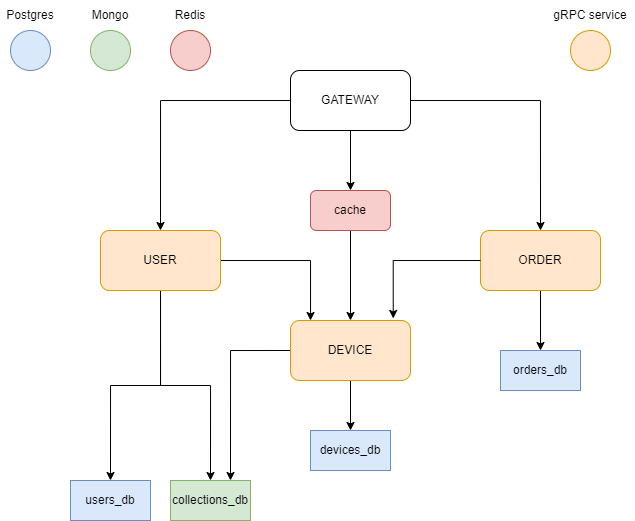
alserov/device-shop keeps this draw.io diagram as docs/schema.png. Above is the earlier version. Source tidied: cells renumbered, new cells last; positions are measured from the earlier drawing's top-left corner, leaving out a move shared by most shapes.
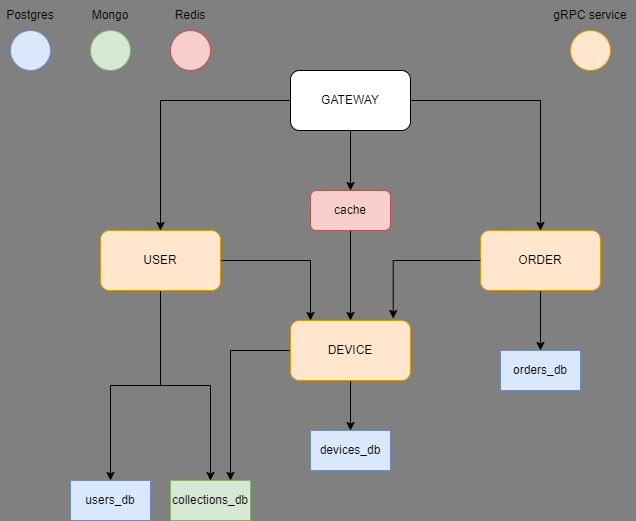
After the commit.

Commit message:
developing order service

Diff of the diagram source:
```diff
@@ -1,4 +1,4 @@
-<mxGraphModel>
+<mxGraphModel background="#808080">
   <root>
     <mxCell id="0" />
     <mxCell id="1" parent="0" />
@@ -8,66 +8,66 @@
     <mxCell id="3" style="edgeStyle=orthogonalEdgeStyle;rounded=0;jettySize=auto;html=1;entryX=0.5;entryY=0;entryDx=0;entryDy=0;" parent="1" edge="1" source="5" target="14">
       <mxGeometry relative="1" as="geometry" />
     </mxCell>
-    <mxCell id="4" style="edgeStyle=orthogonalEdgeStyle;rounded=0;jettySize=auto;html=1;" parent="1" edge="1" source="21" target="12">
+    <mxCell id="4" style="edgeStyle=orthogonalEdgeStyle;rounded=0;jettySize=auto;html=1;fontColor=#000000;" parent="1" edge="1" source="21" target="12">
       <mxGeometry relative="1" as="geometry" />
     </mxCell>
     <mxCell id="5" value="GATEWAY" style="rounded=1;whiteSpace=wrap;html=1;" parent="1" vertex="1">
       <mxGeometry x="290" y="70" width="120" height="60" as="geometry" />
     </mxCell>
-    <mxCell id="6" style="edgeStyle=orthogonalEdgeStyle;rounded=0;jettySize=auto;html=1;exitX=0.5;exitY=1;exitDx=0;exitDy=0;entryX=0.5;entryY=0;entryDx=0;entryDy=0;" parent="1" edge="1" source="9" target="15">
+    <mxCell id="6" style="edgeStyle=orthogonalEdgeStyle;rounded=0;jettySize=auto;html=1;exitX=0.5;exitY=1;exitDx=0;exitDy=0;entryX=0.5;entryY=0;entryDx=0;entryDy=0;fontColor=#000000;" parent="1" edge="1" source="9" target="15">
       <mxGeometry relative="1" as="geometry" />
     </mxCell>
-    <mxCell id="7" style="edgeStyle=orthogonalEdgeStyle;rounded=0;jettySize=auto;html=1;entryX=0.5;entryY=0;entryDx=0;entryDy=0;" parent="1" edge="1" source="9" target="16">
+    <mxCell id="7" style="edgeStyle=orthogonalEdgeStyle;rounded=0;jettySize=auto;html=1;entryX=0.5;entryY=0;entryDx=0;entryDy=0;fontColor=#000000;" parent="1" edge="1" source="9" target="16">
       <mxGeometry relative="1" as="geometry" />
     </mxCell>
-    <mxCell id="8" style="edgeStyle=orthogonalEdgeStyle;rounded=0;jettySize=auto;html=1;" parent="1" edge="1" source="9" target="12">
+    <mxCell id="8" style="edgeStyle=orthogonalEdgeStyle;rounded=0;jettySize=auto;html=1;fontColor=#000000;" parent="1" edge="1" source="9" target="12">
       <mxGeometry relative="1" as="geometry">
         <Array as="points">
           <mxPoint x="310" y="260" />
         </Array>
       </mxGeometry>
     </mxCell>
-    <mxCell id="9" value="USER" style="rounded=1;whiteSpace=wrap;html=1;fillColor=#ffe6cc;strokeColor=#d79b00;" parent="1" vertex="1">
+    <mxCell id="9" value="USER" style="rounded=1;whiteSpace=wrap;html=1;fillColor=#ffe6cc;strokeColor=#d79b00;fontColor=#000000;" parent="1" vertex="1">
       <mxGeometry x="100" y="230" width="120" height="60" as="geometry" />
     </mxCell>
-    <mxCell id="10" style="edgeStyle=orthogonalEdgeStyle;rounded=0;jettySize=auto;html=1;exitX=0;exitY=0.5;exitDx=0;exitDy=0;entryX=0.75;entryY=0;entryDx=0;entryDy=0;" parent="1" edge="1" source="12" target="16">
+    <mxCell id="10" style="edgeStyle=orthogonalEdgeStyle;rounded=0;jettySize=auto;html=1;exitX=0;exitY=0.5;exitDx=0;exitDy=0;entryX=0.75;entryY=0;entryDx=0;entryDy=0;fontColor=#000000;" parent="1" edge="1" source="12" target="16">
       <mxGeometry relative="1" as="geometry">
         <Array as="points">
           <mxPoint x="230" y="350" />
         </Array>
       </mxGeometry>
     </mxCell>
-    <mxCell id="11" style="edgeStyle=orthogonalEdgeStyle;rounded=0;jettySize=auto;html=1;exitX=0.5;exitY=1;exitDx=0;exitDy=0;" parent="1" edge="1" source="12" target="19">
+    <mxCell id="11" style="edgeStyle=orthogonalEdgeStyle;rounded=0;jettySize=auto;html=1;exitX=0.5;exitY=1;exitDx=0;exitDy=0;fontColor=#000000;" parent="1" edge="1" source="12" target="19">
       <mxGeometry relative="1" as="geometry" />
     </mxCell>
-    <mxCell id="12" value="DEVICE" style="rounded=1;whiteSpace=wrap;html=1;fillColor=#ffe6cc;strokeColor=#d79b00;" parent="1" vertex="1">
+    <mxCell id="12" value="DEVICE" style="rounded=1;whiteSpace=wrap;html=1;fillColor=#ffe6cc;strokeColor=#d79b00;fontColor=#000000;" parent="1" vertex="1">
       <mxGeometry x="290" y="320" width="120" height="60" as="geometry" />
     </mxCell>
-    <mxCell id="13" style="edgeStyle=orthogonalEdgeStyle;rounded=0;jettySize=auto;html=1;exitX=0.5;exitY=1;exitDx=0;exitDy=0;" parent="1" edge="1" source="14" target="18">
+    <mxCell id="13" style="edgeStyle=orthogonalEdgeStyle;rounded=0;jettySize=auto;html=1;exitX=0.5;exitY=1;exitDx=0;exitDy=0;fontColor=#000000;" parent="1" edge="1" source="14" target="18">
       <mxGeometry relative="1" as="geometry" />
     </mxCell>
-    <mxCell id="14" value="ORDER" style="rounded=1;whiteSpace=wrap;html=1;fillColor=#ffe6cc;strokeColor=#d79b00;" parent="1" vertex="1">
+    <mxCell id="14" value="ORDER" style="rounded=1;whiteSpace=wrap;html=1;fillColor=#ffe6cc;strokeColor=#d79b00;fontColor=#000000;" parent="1" vertex="1">
       <mxGeometry x="480" y="230" width="120" height="60" as="geometry" />
     </mxCell>
-    <mxCell id="15" value="users_db" style="rounded=0;whiteSpace=wrap;html=1;fillColor=#dae8fc;strokeColor=#6c8ebf;" parent="1" vertex="1">
+    <mxCell id="15" value="users_db" style="rounded=0;whiteSpace=wrap;html=1;fillColor=#dae8fc;strokeColor=#6c8ebf;fontColor=#000000;" parent="1" vertex="1">
       <mxGeometry x="70" y="480" width="80" height="40" as="geometry" />
     </mxCell>
-    <mxCell id="16" value="collections_db" style="rounded=0;whiteSpace=wrap;html=1;fillColor=#d5e8d4;strokeColor=#82b366;" parent="1" vertex="1">
+    <mxCell id="16" value="collections_db" style="rounded=0;whiteSpace=wrap;html=1;fillColor=#d5e8d4;strokeColor=#82b366;fontColor=#000000;" parent="1" vertex="1">
       <mxGeometry x="170" y="480" width="80" height="40" as="geometry" />
     </mxCell>
-    <mxCell id="17" style="edgeStyle=orthogonalEdgeStyle;rounded=0;jettySize=auto;html=1;entryX=0.856;entryY=-0.034;entryDx=0;entryDy=0;entryPerimeter=0;" parent="1" edge="1" source="14" target="12">
+    <mxCell id="17" style="edgeStyle=orthogonalEdgeStyle;rounded=0;jettySize=auto;html=1;entryX=0.856;entryY=-0.034;entryDx=0;entryDy=0;entryPerimeter=0;fontColor=#000000;" parent="1" edge="1" source="14" target="12">
       <mxGeometry relative="1" as="geometry" />
     </mxCell>
-    <mxCell id="18" value="orders_db" style="rounded=0;whiteSpace=wrap;html=1;fillColor=#dae8fc;strokeColor=#6c8ebf;" parent="1" vertex="1">
+    <mxCell id="18" value="orders_db" style="rounded=0;whiteSpace=wrap;html=1;fillColor=#dae8fc;strokeColor=#6c8ebf;fontColor=#000000;" parent="1" vertex="1">
       <mxGeometry x="500" y="350" width="80" height="40" as="geometry" />
     </mxCell>
-    <mxCell id="19" value="devices_db" style="rounded=0;whiteSpace=wrap;html=1;fillColor=#dae8fc;strokeColor=#6c8ebf;" parent="1" vertex="1">
+    <mxCell id="19" value="devices_db" style="rounded=0;whiteSpace=wrap;html=1;fillColor=#dae8fc;strokeColor=#6c8ebf;fontColor=#000000;" parent="1" vertex="1">
       <mxGeometry x="310" y="430" width="80" height="40" as="geometry" />
     </mxCell>
     <mxCell id="20" style="edgeStyle=orthogonalEdgeStyle;rounded=0;jettySize=auto;html=1;" parent="1" edge="1" source="5" target="21">
       <mxGeometry relative="1" as="geometry" />
     </mxCell>
-    <mxCell id="21" value="cache" style="rounded=1;whiteSpace=wrap;html=1;fillColor=#f8cecc;strokeColor=#b85450;" parent="1" vertex="1">
+    <mxCell id="21" value="cache" style="rounded=1;whiteSpace=wrap;html=1;fillColor=#f8cecc;strokeColor=#b85450;fontColor=#000000;" parent="1" vertex="1">
       <mxGeometry x="310" y="190" width="80" height="40" as="geometry" />
     </mxCell>
     <mxCell id="22" style="ellipse;whiteSpace=wrap;html=1;fillColor=#dae8fc;strokeColor=#6c8ebf;" parent="1" vertex="1">
```
